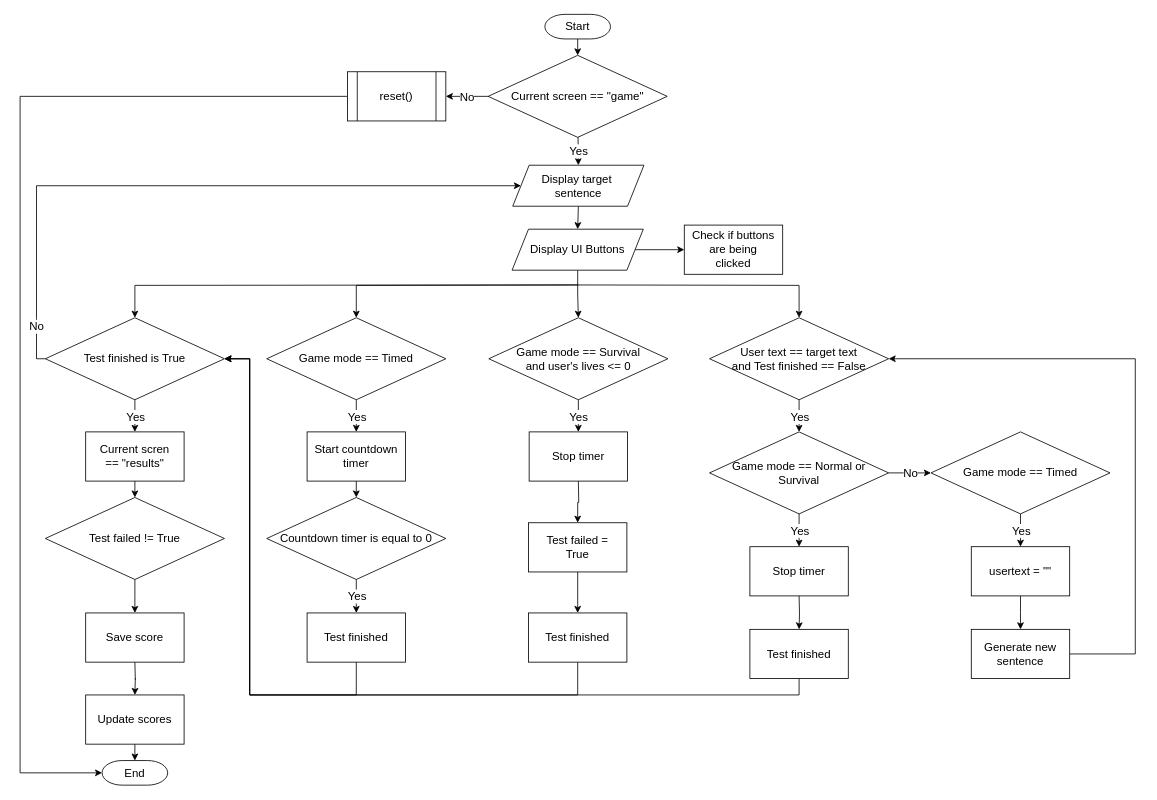
Bxnetic/wahtype keeps this draw.io diagram as diagrams/algorithms/testElementsAlgo.drawio. Above is the earlier version. Source tidied: cells renumbered, new cells numbered last; positions are measured from the earlier drawing's top-left corner, leaving out a move shared by most shapes. Both pictures are drawn from the tidied source at 82%, with x=0, y=0 at pixel (20, 14).
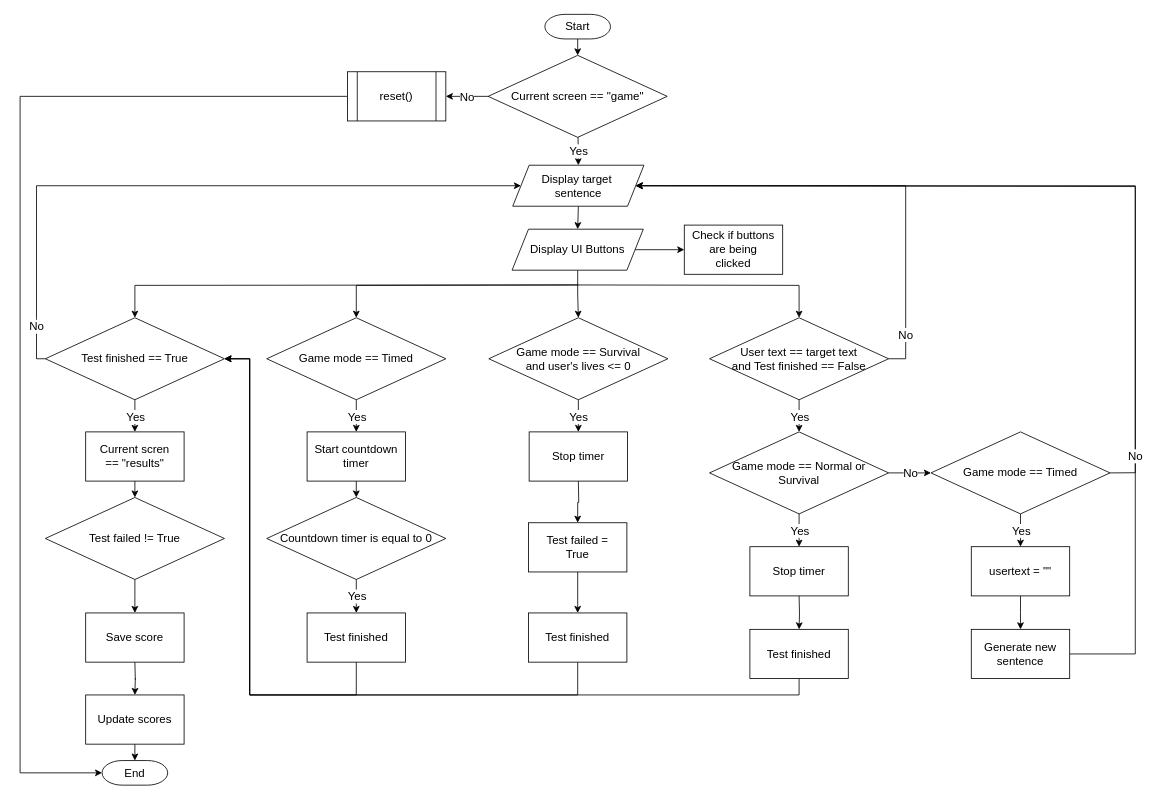
The same page after the edit.

The change refers to these unchanged cells:
```xml
<mxCell id="10" value="&lt;div&gt;User text == target text&lt;/div&gt;&lt;div&gt;and Test finished == False&lt;/div&gt;" style="rhombus;html=1;spacing=9;spacingLeft=0;whiteSpace=wrap;labelPosition=center;verticalLabelPosition=middle;align=center;verticalAlign=middle;spacingBottom=0;gradientColor=none;fillColor=default;strokeColor=default;fontFamily=Helvetica;fontSize=14;fontColor=default;" parent="1" vertex="1">
  <mxGeometry x="840.8" y="370" width="218.4" height="100" as="geometry" />
</mxCell>
<mxCell id="19" value="Game mode == Timed" style="rhombus;html=1;spacing=9;spacingLeft=0;whiteSpace=wrap;labelPosition=center;verticalLabelPosition=middle;align=center;verticalAlign=middle;spacingBottom=0;gradientColor=none;fillColor=default;fontSize=14;" parent="1" vertex="1">
  <mxGeometry x="1110.8" y="509.2" width="218.4" height="100" as="geometry" />
</mxCell>
<mxCell id="32" value="Test finished" style="rounded=0;whiteSpace=wrap;html=1;strokeColor=default;align=center;verticalAlign=middle;spacingLeft=0;spacingBottom=0;spacing=9;fontFamily=Helvetica;fontSize=14;fontColor=default;fillColor=default;gradientColor=none;" parent="1" vertex="1">
  <mxGeometry x="620" y="730" width="120" height="60" as="geometry" />
</mxCell>
<mxCell id="64" value="Generate new sentence" style="whiteSpace=wrap;html=1;spacing=9;spacingLeft=0;spacingBottom=0;gradientColor=none;fontSize=14;" parent="1" vertex="1">
  <mxGeometry x="1160" y="750" width="120" height="60" as="geometry" />
</mxCell>
<mxCell id="69" value="&lt;div&gt;Display target&amp;nbsp;&lt;/div&gt;&lt;div&gt;sentence&lt;/div&gt;" style="shape=parallelogram;perimeter=parallelogramPerimeter;whiteSpace=wrap;html=1;fixedSize=1;fontSize=14;" parent="1" vertex="1">
  <mxGeometry x="600.8" y="184" width="160" height="50" as="geometry" />
</mxCell>
```

What changed in the source:
```diff
@@
-    <mxCell id="24" style="edgeStyle=orthogonalEdgeStyle;rounded=0;jettySize=auto;html=1;exitX=1;exitY=0.5;exitDx=0;exitDy=0;entryX=1;entryY=0.5;entryDx=0;entryDy=0;fontSize=14;" parent="1" edge="1" source="64" target="10">
+    <mxCell id="24" style="edgeStyle=orthogonalEdgeStyle;rounded=0;jettySize=auto;html=1;exitX=1;exitY=0.5;exitDx=0;exitDy=0;entryX=1;entryY=0.5;entryDx=0;entryDy=0;fontSize=14;" parent="1" edge="1" source="64" target="69">
       <mxGeometry relative="1" as="geometry">
         <Array as="points">
           <mxPoint x="1360" y="780" />
-          <mxPoint x="1360" y="420" />
+          <mxPoint x="1360" y="209" />
         </Array>
       </mxGeometry>
     </mxCell>
@@
-    <mxCell id="31" style="edgeStyle=orthogonalEdgeStyle;rounded=0;jettySize=auto;html=1;exitX=0.5;exitY=1;exitDx=0;exitDy=0;entryX=1;entryY=0.5;entryDx=0;entryDy=0;" parent="1" edge="1" source="32" target="36">
+    <mxCell id="31" style="edgeStyle=orthogonalEdgeStyle;rounded=0;jettySize=auto;html=1;exitX=0.5;exitY=1;exitDx=0;exitDy=0;entryX=1;entryY=0.5;entryDx=0;entryDy=0;fontSize=14;" parent="1" edge="1" source="32" target="36">
       <mxGeometry relative="1" as="geometry">
         <Array as="points">
           <mxPoint x="680" y="830" />
           <mxPoint x="280" y="830" />
           <mxPoint x="280" y="420" />
         </Array>
       </mxGeometry>
     </mxCell>
@@
-    <mxCell id="36" value="Test finished is True" style="rhombus;html=1;spacing=9;spacingLeft=0;whiteSpace=wrap;labelPosition=center;verticalLabelPosition=middle;align=center;verticalAlign=middle;spacingBottom=0;gradientColor=none;fillColor=default;strokeColor=default;fontFamily=Helvetica;fontSize=14;fontColor=default;" parent="1" vertex="1">
+    <mxCell id="36" value="Test finished == True" style="rhombus;html=1;spacing=9;spacingLeft=0;whiteSpace=wrap;labelPosition=center;verticalLabelPosition=middle;align=center;verticalAlign=middle;spacingBottom=0;gradientColor=none;fillColor=default;strokeColor=default;fontFamily=Helvetica;fontSize=14;fontColor=default;" parent="1" vertex="1">
       <mxGeometry x="30.8" y="370" width="218.4" height="100" as="geometry" />
     </mxCell>
@@
+    <mxCell id="72" style="endArrow=classic;html=1;rounded=0;entryX=1;entryY=0.5;entryDx=0;entryDy=0;exitX=1;exitY=0.5;exitDx=0;exitDy=0;fontSize=14;" parent="1" edge="1" source="19" target="69">
+      <mxGeometry relative="1" as="geometry">
+        <Array as="points">
+          <mxPoint x="1360" y="559" />
+          <mxPoint x="1360" y="210" />
+        </Array>
+      </mxGeometry>
+    </mxCell>
+    <mxCell id="73" value="No" style="edgeLabel;html=1;align=center;verticalAlign=middle;fontSize=14;" parent="72" vertex="1">
+      <mxGeometry relative="1" as="geometry">
+        <mxPoint x="115" y="329" as="offset" />
+      </mxGeometry>
+    </mxCell>
+    <mxCell id="74" style="endArrow=classic;html=1;rounded=0;entryX=1;entryY=0.5;entryDx=0;entryDy=0;exitX=1;exitY=0.5;exitDx=0;exitDy=0;fontSize=14;" parent="1" edge="1" source="10" target="69">
+      <mxGeometry relative="1" as="geometry">
+        <Array as="points">
+          <mxPoint x="1080" y="420" />
+          <mxPoint x="1080" y="209" />
+        </Array>
+      </mxGeometry>
+    </mxCell>
+    <mxCell id="75" value="No" style="edgeLabel;html=1;align=center;verticalAlign=middle;fontSize=14;" parent="74" vertex="1">
+      <mxGeometry relative="1" as="geometry">
+        <mxPoint x="49" y="181" as="offset" />
+      </mxGeometry>
+    </mxCell>
```
